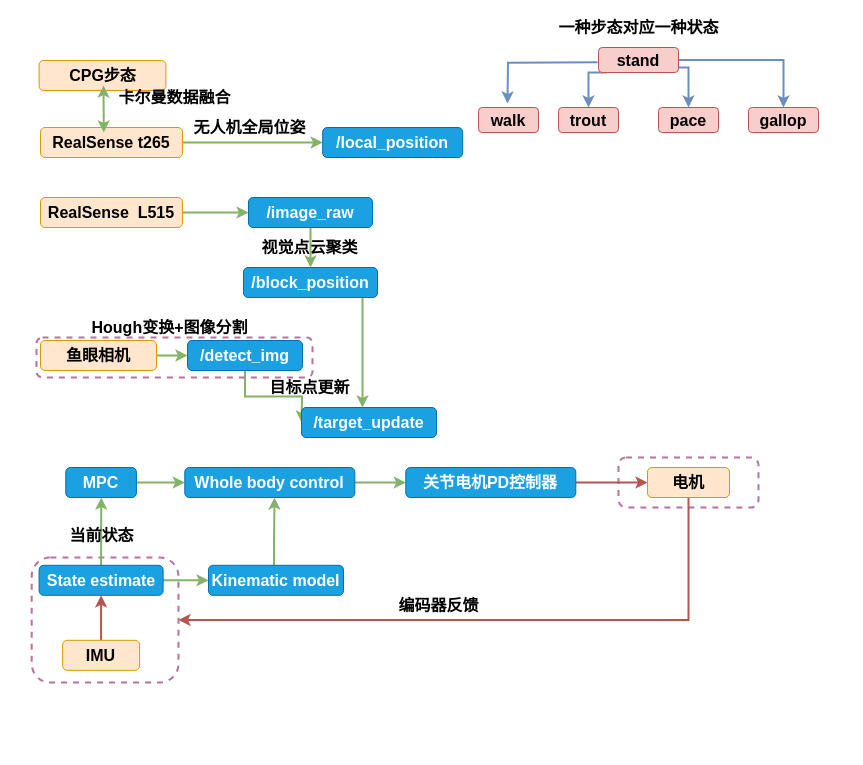
Earlier version of the draw.io diagram quadruped.drawio (Dem-phi/Everlasting-HA.github.io). Source tidied: cells renumbered, new cells numbered last; positions are measured from the earlier drawing's top-left corner, leaving out a move shared by most shapes. Both pictures are drawn from the tidied source at 100%, with x=0, y=0 at pixel (31, 17).
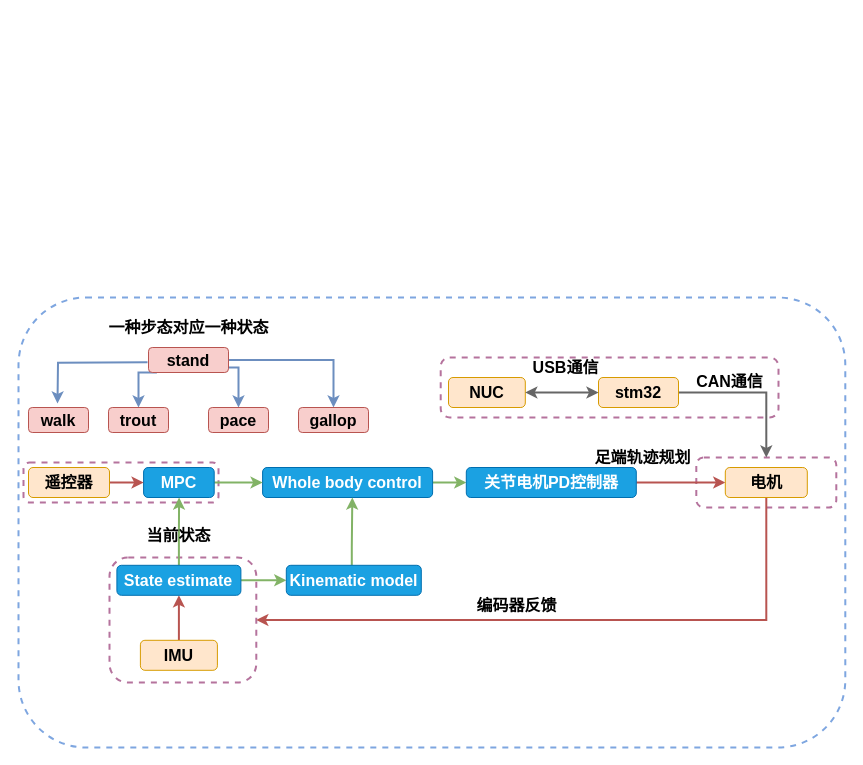
Above is the later version.

Change to the diagram source:
```diff
@@
+    <mxCell id="53" style="rounded=1;whiteSpace=wrap;html=1;fontSize=16;fontColor=#FFFFFF;fillColor=none;gradientColor=#ffffff;dashed=1;strokeWidth=2;strokeColor=#7EA6E0;" parent="1" vertex="1">
+      <mxGeometry x="-13" y="280" width="826.8" height="450" as="geometry" />
+    </mxCell>
     <mxCell id="2" style="rounded=1;whiteSpace=wrap;html=1;fillColor=none;dashed=1;strokeColor=#B5739D;strokeWidth=2;" parent="1" vertex="1">
-      <mxGeometry x="0.2" y="540" width="146.8" height="125" as="geometry" />
+      <mxGeometry x="78" y="540" width="146.8" height="125" as="geometry" />
     </mxCell>
     <mxCell id="3" style="rounded=1;whiteSpace=wrap;html=1;fillColor=none;dashed=1;strokeColor=#B5739D;strokeWidth=2;" parent="1" vertex="1">
-      <mxGeometry x="587" y="440" width="140" height="50" as="geometry" />
+      <mxGeometry x="664.8" y="440" width="140" height="50" as="geometry" />
     </mxCell>
-    <mxCell id="4" style="edgeStyle=orthogonalEdgeStyle;rounded=0;jettySize=auto;html=1;strokeWidth=2;fillColor=#d5e8d4;strokeColor=#82b366;entryX=0;entryY=0.5;entryDx=0;entryDy=0;" parent="1" edge="1" source="5">
-      <mxGeometry relative="1" as="geometry">
-        <mxPoint x="270" y="405" as="targetPoint" />
-      </mxGeometry>
-    </mxCell>
-    <mxCell id="5" value="/detect_img" style="rounded=1;whiteSpace=wrap;html=1;fillColor=#1ba1e2;strokeColor=#006EAF;horizontal=1;fontSize=16;fontColor=#ffffff;fontStyle=1;" parent="1" vertex="1">
-      <mxGeometry x="156" y="323" width="115" height="30" as="geometry" />
-    </mxCell>
-    <mxCell id="6" style="edgeStyle=orthogonalEdgeStyle;rounded=0;jettySize=auto;html=1;strokeWidth=2;fillColor=#d5e8d4;strokeColor=#82b366;" parent="1" edge="1" source="7" target="13">
-      <mxGeometry relative="1" as="geometry" />
-    </mxCell>
+    <mxCell id="54" style="edgeStyle=orthogonalEdgeStyle;rounded=0;jettySize=auto;html=1;entryX=0.5;entryY=0;entryDx=0;entryDy=0;strokeWidth=2;exitX=1;exitY=0.5;exitDx=0;exitDy=0;fillColor=#f5f5f5;strokeColor=#666666;" parent="1" edge="1" source="7" target="3">
+      <mxGeometry relative="1" as="geometry" />
+    </mxCell>
-    <mxCell id="7" value="&lt;font color=&quot;#000000&quot;&gt;RealSense t265&lt;/font&gt;" style="rounded=1;whiteSpace=wrap;html=1;fontSize=16;fillColor=#ffe6cc;strokeColor=#d79b00;fontStyle=1;" parent="1" vertex="1">
-      <mxGeometry x="9" y="110" width="142" height="30" as="geometry" />
+    <mxCell id="7" value="&lt;font color=&quot;#000000&quot;&gt;stm32&lt;/font&gt;" style="rounded=1;whiteSpace=wrap;html=1;fontSize=16;fillColor=#ffe6cc;strokeColor=#d79b00;fontStyle=1;" parent="1" vertex="1">
+      <mxGeometry x="567" y="360" width="80" height="30" as="geometry" />
     </mxCell>
-    <mxCell id="8" style="edgeStyle=orthogonalEdgeStyle;rounded=0;jettySize=auto;html=1;strokeWidth=2;fillColor=#d5e8d4;strokeColor=#82b366;" parent="1" edge="1" source="9" target="20">
-      <mxGeometry relative="1" as="geometry" />
-    </mxCell>
-    <mxCell id="9" value="&lt;font color=&quot;#000000&quot;&gt;RealSense&amp;nbsp; L515&lt;/font&gt;" style="rounded=1;whiteSpace=wrap;html=1;fontSize=16;fillColor=#ffe6cc;strokeColor=#d79b00;fontStyle=1;" parent="1" vertex="1">
-      <mxGeometry x="9" y="180" width="142" height="30" as="geometry" />
-    </mxCell>
-    <mxCell id="10" style="edgeStyle=orthogonalEdgeStyle;rounded=0;jettySize=auto;html=1;strokeWidth=2;fillColor=#d5e8d4;strokeColor=#82b366;" parent="1" edge="1" source="11" target="5">
-      <mxGeometry relative="1" as="geometry" />
-    </mxCell>
-    <mxCell id="11" value="鱼眼相机" style="rounded=1;whiteSpace=wrap;html=1;fontSize=16;fillColor=#ffe6cc;strokeColor=#d79b00;fontStyle=1;" parent="1" vertex="1">
-      <mxGeometry x="9" y="323" width="116" height="30" as="geometry" />
-    </mxCell>
-    <mxCell id="12" value="&lt;b style=&quot;font-size: 16px&quot;&gt;视觉点云聚类&lt;/b&gt;" style="text;html=1;align=center;verticalAlign=middle;fillColor=none;strokeColor=none;rounded=0;fontSize=16;" parent="1" vertex="1">
-      <mxGeometry x="223" y="220" width="110" height="20" as="geometry" />
-    </mxCell>
-    <mxCell id="13" value="/local_position" style="rounded=1;whiteSpace=wrap;html=1;fillColor=#1ba1e2;strokeColor=#006EAF;horizontal=1;fontSize=16;fontColor=#ffffff;fontStyle=1;" parent="1" vertex="1">
-      <mxGeometry x="291.2" y="110" width="140" height="30" as="geometry" />
-    </mxCell>
     <mxCell id="14" style="edgeStyle=orthogonalEdgeStyle;rounded=0;orthogonalLoop=1;jettySize=auto;html=1;strokeWidth=2;fillColor=#dae8fc;strokeColor=#6c8ebf;entryX=0.5;entryY=0;entryDx=0;entryDy=0;exitX=0;exitY=0.75;exitDx=0;exitDy=0;" parent="1" edge="1">
       <mxGeometry relative="1" as="geometry">
-        <mxPoint x="566" y="44.8" as="sourcePoint" />
-        <mxPoint x="476" y="86" as="targetPoint" />
+        <mxPoint x="116" y="344.8" as="sourcePoint" />
+        <mxPoint x="26" y="386" as="targetPoint" />
       </mxGeometry>
     </mxCell>
@@
     <mxCell id="16" style="edgeStyle=orthogonalEdgeStyle;rounded=0;jettySize=auto;html=1;strokeWidth=2;exitX=0.915;exitY=0.968;exitDx=0;exitDy=0;exitPerimeter=0;fillColor=#dae8fc;strokeColor=#6c8ebf;" parent="1" edge="1" source="18" target="34">
       <mxGeometry relative="1" as="geometry">
         <Array as="points">
-          <mxPoint x="640" y="50" />
-          <mxPoint x="657" y="50" />
+          <mxPoint x="190" y="350" />
+          <mxPoint x="207" y="350" />
         </Array>
       </mxGeometry>
     </mxCell>
@@
     <mxCell id="18" value="stand" style="rounded=1;whiteSpace=wrap;html=1;fillColor=#f8cecc;strokeColor=#b85450;horizontal=1;fontSize=16;fontStyle=1;" parent="1" vertex="1">
-      <mxGeometry x="567" y="30" width="80" height="25" as="geometry" />
+      <mxGeometry x="117" y="330" width="80" height="25" as="geometry" />
     </mxCell>
-    <mxCell id="19" style="edgeStyle=orthogonalEdgeStyle;rounded=0;jettySize=auto;html=1;strokeWidth=2;fillColor=#d5e8d4;strokeColor=#82b366;" parent="1" edge="1" source="20" target="22">
-      <mxGeometry relative="1" as="geometry" />
-    </mxCell>
-    <mxCell id="20" value="/image_raw" style="rounded=1;whiteSpace=wrap;html=1;fillColor=#1ba1e2;strokeColor=#006EAF;horizontal=1;fontSize=16;fontColor=#ffffff;fontStyle=1;" parent="1" vertex="1">
-      <mxGeometry x="217" y="180" width="124" height="30" as="geometry" />
-    </mxCell>
-    <mxCell id="21" style="edgeStyle=orthogonalEdgeStyle;rounded=0;orthogonalLoop=1;jettySize=auto;html=1;strokeWidth=2;fillColor=#d5e8d4;strokeColor=#82b366;" parent="1" edge="1">
-      <mxGeometry relative="1" as="geometry">
-        <mxPoint x="331" y="280" as="sourcePoint" />
-        <mxPoint x="331" y="390" as="targetPoint" />
-      </mxGeometry>
-    </mxCell>
-    <mxCell id="22" value="/block_position" style="rounded=1;whiteSpace=wrap;html=1;fillColor=#1ba1e2;strokeColor=#006EAF;horizontal=1;fontSize=16;fontColor=#ffffff;fontStyle=1;" parent="1" vertex="1">
-      <mxGeometry x="212" y="250" width="134" height="30" as="geometry" />
-    </mxCell>
     <mxCell id="23" value="&lt;b&gt;一种步态对应一种状态&lt;/b&gt;" style="text;html=1;align=center;verticalAlign=middle;fillColor=none;strokeColor=none;rounded=0;fontSize=16;" parent="1" vertex="1">
-      <mxGeometry x="517" width="180" height="20" as="geometry" />
+      <mxGeometry x="67" y="300" width="180" height="20" as="geometry" />
     </mxCell>
     <mxCell id="24" value="walk" style="rounded=1;whiteSpace=wrap;html=1;fillColor=#f8cecc;strokeColor=#b85450;horizontal=1;fontSize=16;fontStyle=1;" parent="1" vertex="1">
-      <mxGeometry x="447" y="90" width="60" height="25" as="geometry" />
+      <mxGeometry x="-3" y="390" width="60" height="25" as="geometry" />
     </mxCell>
     <mxCell id="25" value="trout" style="rounded=1;whiteSpace=wrap;html=1;fillColor=#f8cecc;strokeColor=#b85450;horizontal=1;fontSize=16;fontStyle=1;" parent="1" vertex="1">
-      <mxGeometry x="527" y="90" width="60" height="25" as="geometry" />
+      <mxGeometry x="77" y="390" width="60" height="25" as="geometry" />
     </mxCell>
     <mxCell id="26" value="gallop" style="rounded=1;whiteSpace=wrap;html=1;fillColor=#f8cecc;strokeColor=#b85450;horizontal=1;fontSize=16;fontStyle=1;" parent="1" vertex="1">
-      <mxGeometry x="717" y="90" width="70" height="25" as="geometry" />
+      <mxGeometry x="267" y="390" width="70" height="25" as="geometry" />
     </mxCell>
-    <mxCell id="27" value="&lt;b style=&quot;font-size: 16px&quot;&gt;无人机全局位姿&lt;/b&gt;" style="text;html=1;align=center;verticalAlign=middle;fillColor=none;strokeColor=none;rounded=0;fontSize=16;" parent="1" vertex="1">
-      <mxGeometry x="153.2" y="100" width="130" height="20" as="geometry" />
-    </mxCell>
-    <mxCell id="28" value="&lt;b&gt;目标点更新&lt;br&gt;&lt;/b&gt;" style="text;html=1;align=center;verticalAlign=middle;fillColor=none;strokeColor=none;rounded=0;fontSize=16;" parent="1" vertex="1">
-      <mxGeometry x="228" y="360" width="100" height="20" as="geometry" />
-    </mxCell>
     <mxCell id="29" style="rounded=1;whiteSpace=wrap;html=1;fillColor=none;dashed=1;strokeColor=#B5739D;strokeWidth=2;" parent="1" vertex="1">
-      <mxGeometry x="5" y="320" width="276" height="40" as="geometry" />
+      <mxGeometry x="-8" y="445" width="195" height="40" as="geometry" />
     </mxCell>
-    <mxCell id="30" value="&lt;b&gt;Hough变换+图像分割&lt;br&gt;&lt;/b&gt;" style="text;html=1;align=center;verticalAlign=middle;fillColor=none;strokeColor=none;rounded=0;fontSize=16;" parent="1" vertex="1">
-      <mxGeometry x="53" y="300" width="170" height="20" as="geometry" />
-    </mxCell>
-    <mxCell id="31" value="&lt;font color=&quot;#000000&quot;&gt;CPG步态&lt;/font&gt;" style="rounded=1;whiteSpace=wrap;html=1;fontSize=16;fillColor=#ffe6cc;strokeColor=#d79b00;fontStyle=1;" parent="1" vertex="1">
-      <mxGeometry x="7.6" y="43" width="126.8" height="30" as="geometry" />
+    <mxCell id="31" value="&lt;font color=&quot;#000000&quot;&gt;NUC&lt;/font&gt;" style="rounded=1;whiteSpace=wrap;html=1;fontSize=16;fillColor=#ffe6cc;strokeColor=#d79b00;fontStyle=1;" parent="1" vertex="1">
+      <mxGeometry x="417" y="360" width="76.8" height="30" as="geometry" />
     </mxCell>
-    <mxCell id="32" style="endArrow=classic;startArrow=classic;html=1;rounded=0;strokeWidth=2;exitX=0.439;exitY=-0.1;exitDx=0;exitDy=0;exitPerimeter=0;fillColor=#d5e8d4;strokeColor=#82b366;" parent="1" edge="1">
-      <mxGeometry relative="1" as="geometry">
-        <mxPoint x="72.3" y="115" as="sourcePoint" />
-        <mxPoint x="72" y="68" as="targetPoint" />
-      </mxGeometry>
-    </mxCell>
-    <mxCell id="33" value="&lt;b&gt;卡尔曼数据融合&lt;/b&gt;" style="text;html=1;align=center;verticalAlign=middle;fillColor=none;strokeColor=none;rounded=0;fontSize=16;" parent="1" vertex="1">
-      <mxGeometry x="78" y="70" width="130" height="20" as="geometry" />
-    </mxCell>
     <mxCell id="34" value="pace" style="rounded=1;whiteSpace=wrap;html=1;fillColor=#f8cecc;strokeColor=#b85450;horizontal=1;fontSize=16;fontStyle=1;" parent="1" vertex="1">
-      <mxGeometry x="627" y="90" width="60" height="25" as="geometry" />
+      <mxGeometry x="177" y="390" width="60" height="25" as="geometry" />
     </mxCell>
@@
     <mxCell id="36" value="Whole body control" style="rounded=1;whiteSpace=wrap;html=1;fillColor=#1ba1e2;strokeColor=#006EAF;horizontal=1;fontSize=16;fontColor=#ffffff;fontStyle=1;" parent="1" vertex="1">
-      <mxGeometry x="153.3" y="450" width="170" height="30" as="geometry" />
+      <mxGeometry x="231.1" y="450" width="170" height="30" as="geometry" />
     </mxCell>
@@
     <mxCell id="38" value="MPC" style="rounded=1;whiteSpace=wrap;html=1;fillColor=#1ba1e2;strokeColor=#006EAF;horizontal=1;fontSize=16;fontColor=#ffffff;fontStyle=1;" parent="1" vertex="1">
-      <mxGeometry x="34.3" y="450" width="70.6" height="30" as="geometry" />
+      <mxGeometry x="112.1" y="450" width="70.6" height="30" as="geometry" />
     </mxCell>
@@
     <mxCell id="40" value="关节电机PD控制器" style="rounded=1;whiteSpace=wrap;html=1;fillColor=#1ba1e2;strokeColor=#006EAF;horizontal=1;fontSize=16;fontColor=#ffffff;fontStyle=1;" parent="1" vertex="1">
-      <mxGeometry x="374.3" y="450" width="170" height="30" as="geometry" />
+      <mxGeometry x="434.8" y="450" width="170" height="30" as="geometry" />
     </mxCell>
@@
     <mxCell id="42" value="&lt;font color=&quot;#000000&quot;&gt;IMU&lt;/font&gt;" style="rounded=1;whiteSpace=wrap;html=1;fontSize=16;fillColor=#ffe6cc;strokeColor=#d79b00;fontStyle=1;" parent="1" vertex="1">
-      <mxGeometry x="31.1" y="622.8" width="77" height="30" as="geometry" />
+      <mxGeometry x="108.9" y="622.8" width="77" height="30" as="geometry" />
     </mxCell>
     <mxCell id="43" style="edgeStyle=orthogonalEdgeStyle;rounded=0;jettySize=auto;html=1;strokeWidth=2;entryX=0.895;entryY=1.073;entryDx=0;entryDy=0;entryPerimeter=0;fillColor=#d5e8d4;strokeColor=#82b366;" parent="1" edge="1" source="45">
       <mxGeometry relative="1" as="geometry">
-        <mxPoint x="69.8" y="480" as="targetPoint" />
+        <mxPoint x="147.6" y="480" as="targetPoint" />
       </mxGeometry>
     </mxCell>
@@
     <mxCell id="45" value="State estimate" style="rounded=1;whiteSpace=wrap;html=1;fillColor=#1ba1e2;strokeColor=#006EAF;horizontal=1;fontSize=16;fontColor=#ffffff;fontStyle=1;" parent="1" vertex="1">
-      <mxGeometry x="7.6" y="547.8" width="124" height="30" as="geometry" />
+      <mxGeometry x="85.4" y="547.8" width="124" height="30" as="geometry" />
     </mxCell>
     <mxCell id="46" value="&lt;b&gt;当前状态&lt;br&gt;&lt;/b&gt;" style="text;html=1;align=center;verticalAlign=middle;fillColor=none;strokeColor=none;rounded=0;fontSize=16;" parent="1" vertex="1">
-      <mxGeometry x="29.6" y="507.8" width="80" height="20" as="geometry" />
+      <mxGeometry x="107.4" y="507.8" width="80" height="20" as="geometry" />
     </mxCell>
-    <mxCell id="47" value="/target_update" style="rounded=1;whiteSpace=wrap;html=1;fillColor=#1ba1e2;strokeColor=#006EAF;horizontal=1;fontSize=16;fontColor=#ffffff;fontStyle=1;" parent="1" vertex="1">
-      <mxGeometry x="270" y="390" width="135" height="30" as="geometry" />
-    </mxCell>
     <mxCell id="48" style="edgeStyle=orthogonalEdgeStyle;rounded=0;orthogonalLoop=1;jettySize=auto;html=1;strokeWidth=2;fillColor=#d5e8d4;strokeColor=#82b366;" parent="1" edge="1">
       <mxGeometry relative="1" as="geometry">
-        <mxPoint x="242.5" y="547.8" as="sourcePoint" />
-        <mxPoint x="243" y="480" as="targetPoint" />
+        <mxPoint x="320.3" y="547.8" as="sourcePoint" />
+        <mxPoint x="320.8" y="480" as="targetPoint" />
         <Array as="points">
-          <mxPoint x="243" y="530" />
-          <mxPoint x="243" y="530" />
+          <mxPoint x="320.8" y="530" />
+          <mxPoint x="320.8" y="530" />
         </Array>
       </mxGeometry>
     </mxCell>
     <mxCell id="49" value="Kinematic model" style="rounded=1;whiteSpace=wrap;html=1;fillColor=#1ba1e2;strokeColor=#006EAF;horizontal=1;fontSize=16;fontColor=#ffffff;fontStyle=1;" parent="1" vertex="1">
-      <mxGeometry x="177" y="547.8" width="135" height="30" as="geometry" />
+      <mxGeometry x="254.8" y="547.8" width="135" height="30" as="geometry" />
     </mxCell>
     <mxCell id="50" style="edgeStyle=orthogonalEdgeStyle;rounded=0;jettySize=auto;html=1;entryX=1;entryY=0.5;entryDx=0;entryDy=0;strokeWidth=2;fillColor=#f8cecc;strokeColor=#b85450;" parent="1" edge="1" source="51" target="2">
       <mxGeometry relative="1" as="geometry">
         <Array as="points">
-          <mxPoint x="657" y="603" />
+          <mxPoint x="734.8" y="603" />
         </Array>
       </mxGeometry>
     </mxCell>
     <mxCell id="51" value="电机" style="rounded=1;whiteSpace=wrap;html=1;fontSize=16;fillColor=#ffe6cc;strokeColor=#d79b00;fontStyle=1;" parent="1" vertex="1">
-      <mxGeometry x="616" y="450" width="82" height="30" as="geometry" />
+      <mxGeometry x="693.8" y="450" width="82" height="30" as="geometry" />
     </mxCell>
     <mxCell id="52" value="&lt;b&gt;编码器反馈&lt;br&gt;&lt;/b&gt;" style="text;html=1;align=center;verticalAlign=middle;fillColor=none;strokeColor=none;rounded=0;fontSize=16;" parent="1" vertex="1">
-      <mxGeometry x="357" y="577.8" width="100" height="20" as="geometry" />
+      <mxGeometry x="434.8" y="577.8" width="100" height="20" as="geometry" />
     </mxCell>
+    <mxCell id="55" style="edgeStyle=orthogonalEdgeStyle;rounded=0;jettySize=auto;html=1;strokeWidth=2;fillColor=#f8cecc;strokeColor=#b85450;" parent="1" edge="1" source="56" target="38">
+      <mxGeometry relative="1" as="geometry" />
+    </mxCell>
+    <mxCell id="56" value="&lt;font color=&quot;#000000&quot;&gt;遥控器&lt;/font&gt;" style="rounded=1;whiteSpace=wrap;html=1;fontSize=16;fillColor=#ffe6cc;strokeColor=#d79b00;fontStyle=1;" parent="1" vertex="1">
+      <mxGeometry x="-3" y="450" width="81" height="30" as="geometry" />
+    </mxCell>
+    <mxCell id="57" value="&lt;b&gt;CAN通信&lt;br&gt;&lt;/b&gt;" style="text;html=1;align=center;verticalAlign=middle;fillColor=none;strokeColor=none;rounded=0;fontSize=16;" parent="1" vertex="1">
+      <mxGeometry x="658" y="354" width="80" height="20" as="geometry" />
+    </mxCell>
+    <mxCell id="58" value="&lt;b&gt;足端轨迹规划&lt;br&gt;&lt;/b&gt;" style="text;html=1;align=center;verticalAlign=middle;fillColor=none;strokeColor=none;rounded=0;fontSize=16;" parent="1" vertex="1">
+      <mxGeometry x="556" y="430" width="110" height="20" as="geometry" />
+    </mxCell>
+    <mxCell id="59" style="endArrow=classic;startArrow=classic;html=1;rounded=0;strokeWidth=2;entryX=0;entryY=0.5;entryDx=0;entryDy=0;fillColor=#f5f5f5;strokeColor=#666666;" parent="1" edge="1" source="31" target="7">
+      <mxGeometry relative="1" as="geometry" />
+    </mxCell>
+    <mxCell id="60" value="&lt;b&gt;USB通信&lt;br&gt;&lt;/b&gt;" style="text;html=1;align=center;verticalAlign=middle;fillColor=none;strokeColor=none;rounded=0;fontSize=16;" parent="1" vertex="1">
+      <mxGeometry x="493.8" y="340" width="80" height="20" as="geometry" />
+    </mxCell>
+    <mxCell id="61" style="rounded=1;whiteSpace=wrap;html=1;fillColor=none;dashed=1;strokeColor=#B5739D;strokeWidth=2;" parent="1" vertex="1">
+      <mxGeometry x="409.2" y="340" width="337.8" height="60" as="geometry" />
+    </mxCell>
```
